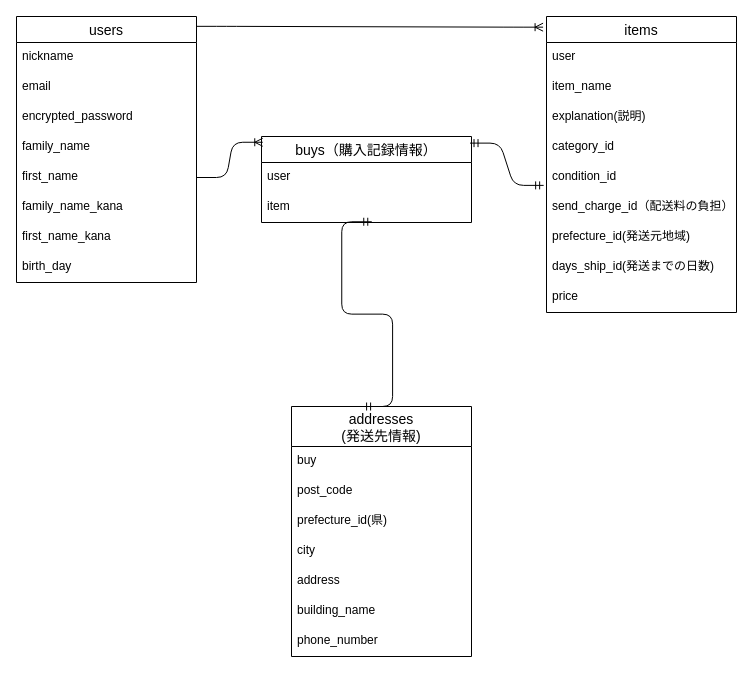
Earlier version of the draw.io diagram furima-37971.dio (monday0413/furima-37971). Source tidied: cells renumbered, new cells numbered last; positions are measured from the earlier drawing's top-left corner, leaving out a move shared by most shapes. Both pictures are drawn from the tidied source at 100%, with x=0, y=0 at pixel (16, 16).
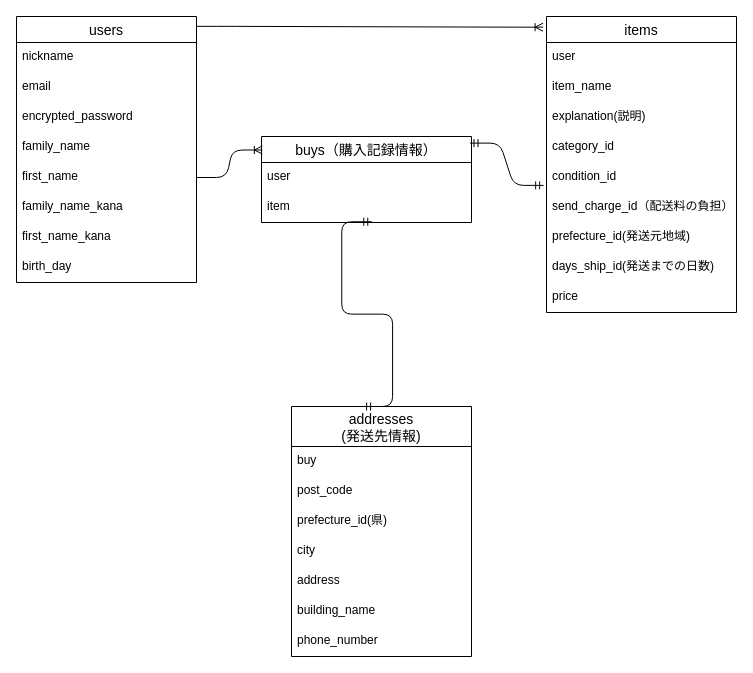
After the change.

The change refers to these unchanged cells:
```xml
<mxCell id="7" value="first_name" style="text;strokeColor=none;fillColor=none;spacingLeft=4;spacingRight=4;overflow=hidden;points=[[0,0.5],[1,0.5]];portConstraint=eastwest;fontSize=12;" parent="2" vertex="1">
  <mxGeometry y="146" width="180" height="30" as="geometry" />
</mxCell>
<mxCell id="11" value="buys（購入記録情報） " style="swimlane;fontStyle=0;horizontal=1;startSize=26;align=center;fontSize=14;" parent="1" vertex="1">
  <mxGeometry x="245" y="120" width="210" height="86" as="geometry" />
</mxCell>
```

Diff of the diagram source:
```diff
@@
-    <mxCell id="35" style="edgeStyle=entityRelationEdgeStyle;fontSize=12;html=1;endArrow=ERoneToMany;entryX=0.006;entryY=0.067;entryDx=0;entryDy=0;entryPerimeter=0;exitX=1;exitY=0.5;exitDx=0;exitDy=0;" parent="1" edge="1" source="7" target="11">
+    <mxCell id="35" style="edgeStyle=entityRelationEdgeStyle;fontSize=12;html=1;endArrow=ERoneToMany;entryX=0.004;entryY=0.157;entryDx=0;entryDy=0;entryPerimeter=0;exitX=1;exitY=0.5;exitDx=0;exitDy=0;" parent="1" edge="1" source="7" target="11">
       <mxGeometry relative="1" as="geometry" />
     </mxCell>
```
